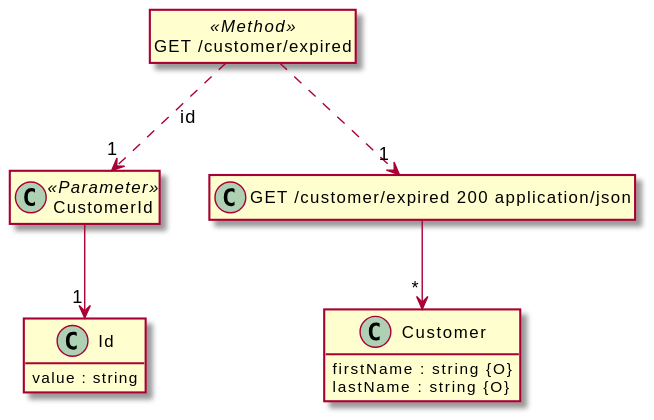
Before: src/docs/tests/parameter-ref-ref.puml.svg, a diagram exported from PlantUML (davidmoten/openapi-to-plantuml).
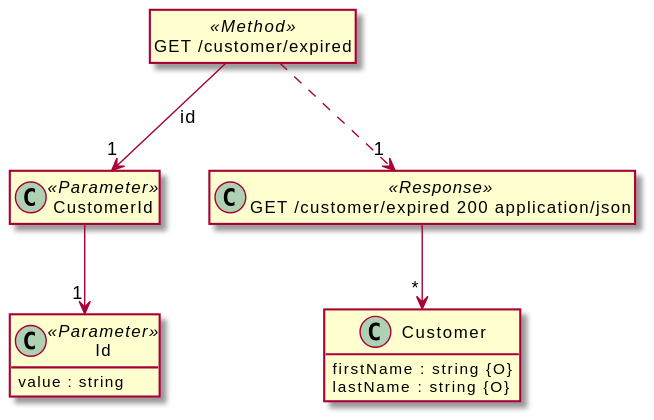
The same file after the commit.

The edit, as a diff of the source:
```diff
@@ -12,19 +12,19 @@
 class "CustomerId" <<Parameter>> {
 }
 
-class "Id" {
+class "Id" <<Parameter>> {
   value : string
 }
 
 class "GET /customer/expired" <<Method>> {
 }
 
-class "GET /customer/expired 200 application/json" {
+class "GET /customer/expired 200 application/json" <<Response>> {
 }
 
 "CustomerId" --> "1" "Id"
 
-"GET /customer/expired" ..> "1" "CustomerId" : "id"
+"GET /customer/expired" --> "1" "CustomerId" : "id"
 
 "GET /customer/expired 200 application/json" --> "*" "Customer"
 
```
